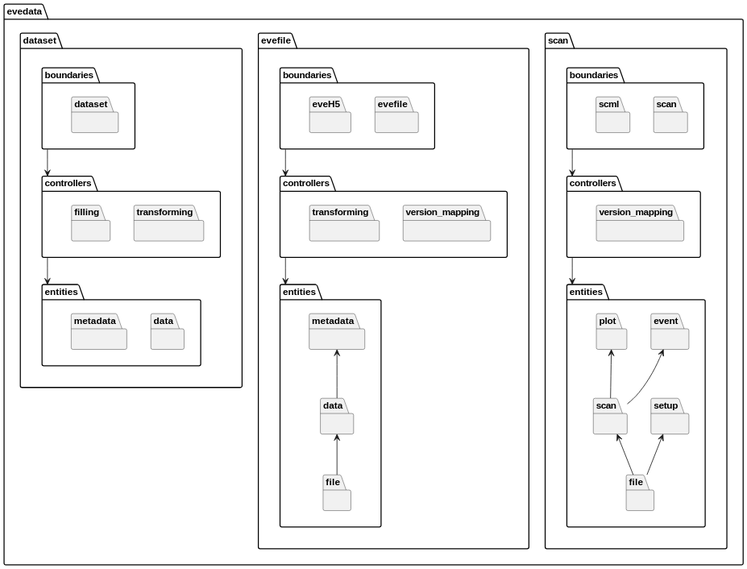
Above: docs/uml/evedata-functional-layers.svg in tillbiskup/evedata (PlantUML), before the change.
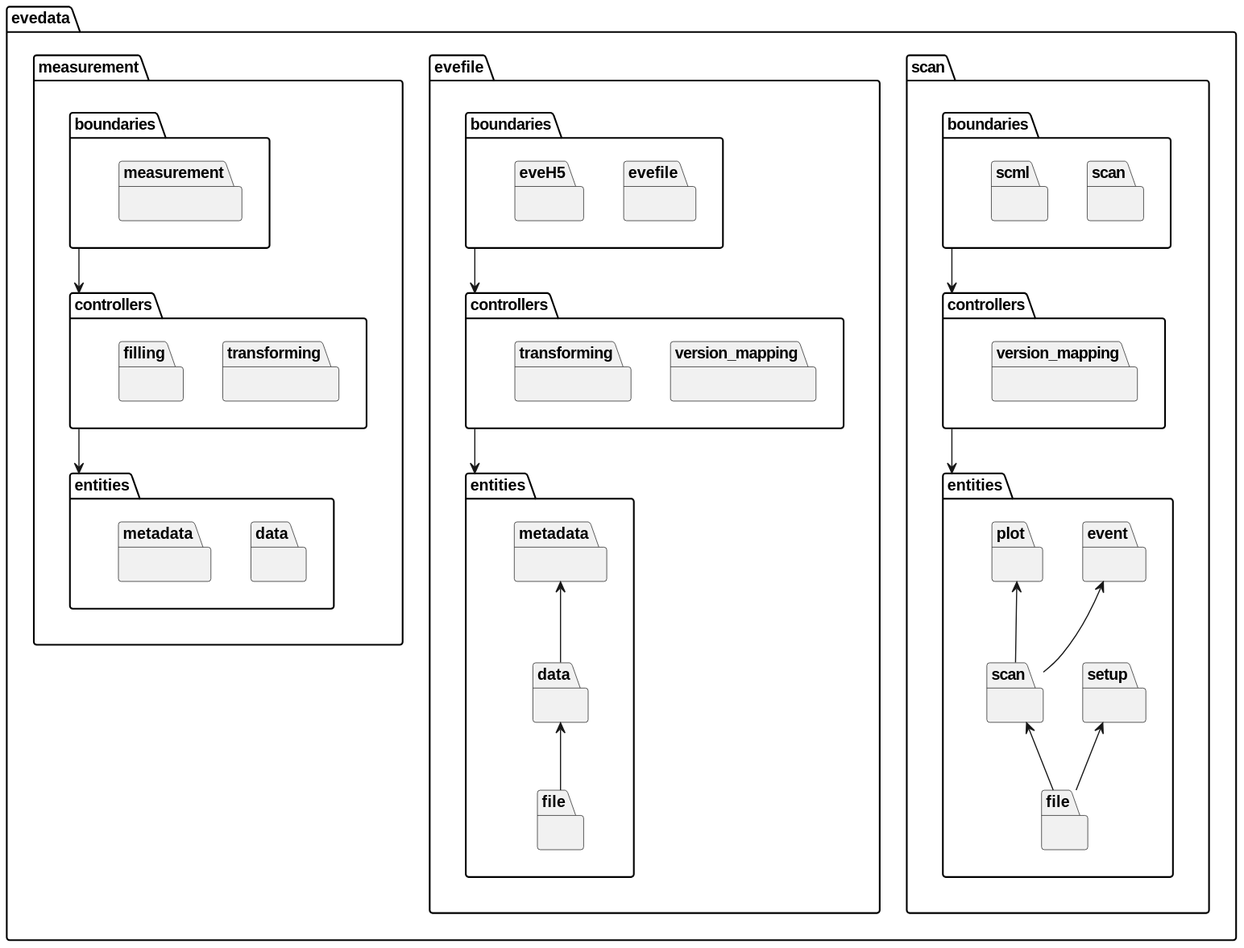
Later version of the same file.

Commit message:
Rename subpackage dataset to measurement

Diff of the diagram source:
```diff
@@ -54,21 +54,21 @@
         evedata.evefile.controllers --> evedata.evefile.entities
     }
 
-    package evedata.dataset {
-        package evedata.dataset.boundaries {
-            package dataset {}
+    package evedata.measurement {
+        package evedata.measurement.boundaries {
+            package measurement {}
         }
-        package evedata.dataset.controllers {
+        package evedata.measurement.controllers {
             package transforming {}
             package filling {}
         }
-        package evedata.dataset.entities {
+        package evedata.measurement.entities {
             package data {}
             package metadata {}
         }
 
-        evedata.dataset.boundaries --> evedata.dataset.controllers
-        evedata.dataset.controllers --> evedata.dataset.entities
+        evedata.measurement.boundaries --> evedata.measurement.controllers
+        evedata.measurement.controllers --> evedata.measurement.entities
     }
 }
 @enduml
```
